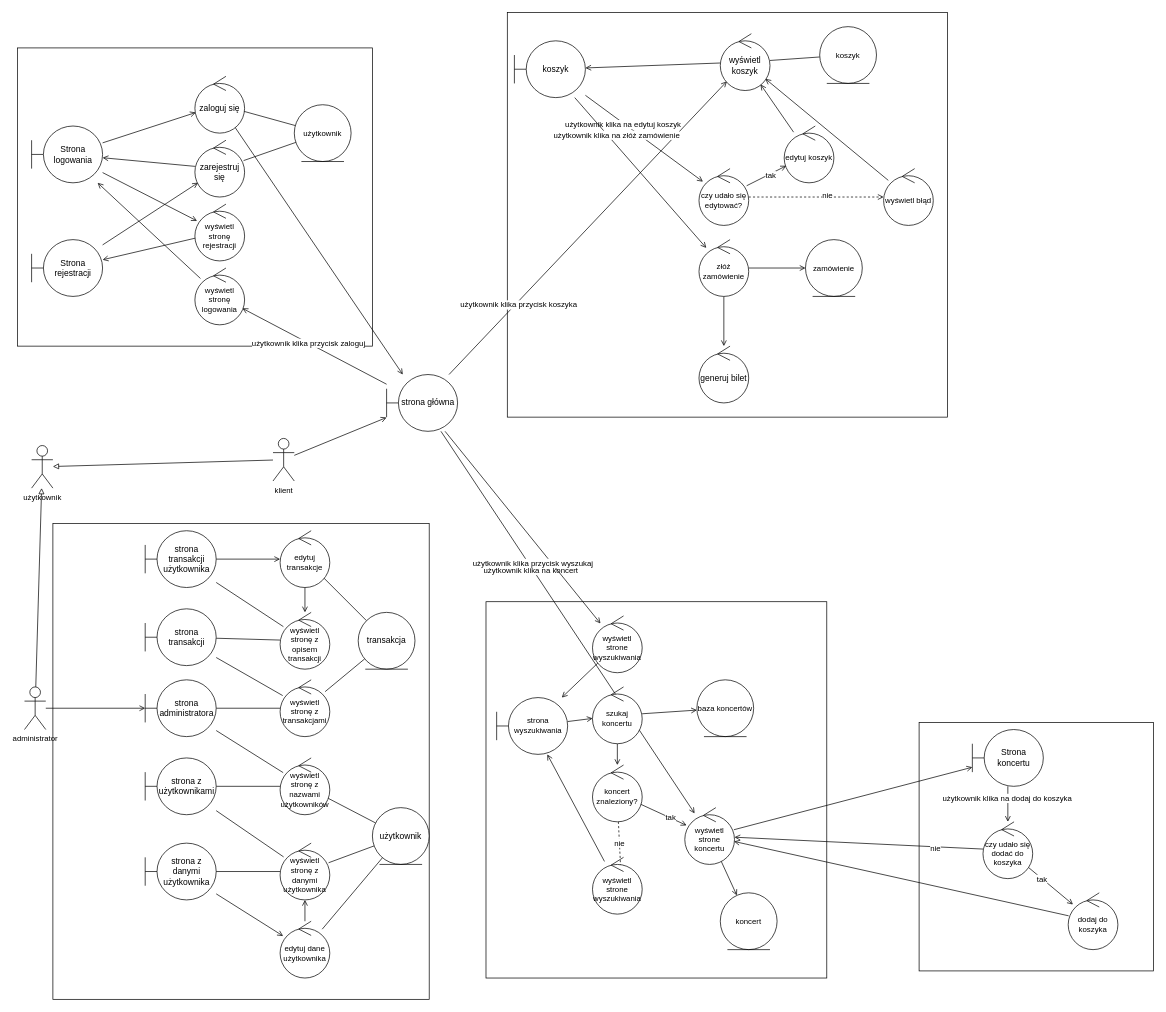
This is diagram_analityczny.drawio from imgres2002/projekt_PSI, a draw.io file, before an edit. Source tidied: cells renumbered, new cells numbered last; positions are measured from the earlier drawing's top-left corner, leaving out a move shared by most shapes. Both pictures are drawn from the tidied source at 71%, with x=0, y=0 at pixel (17, 12).
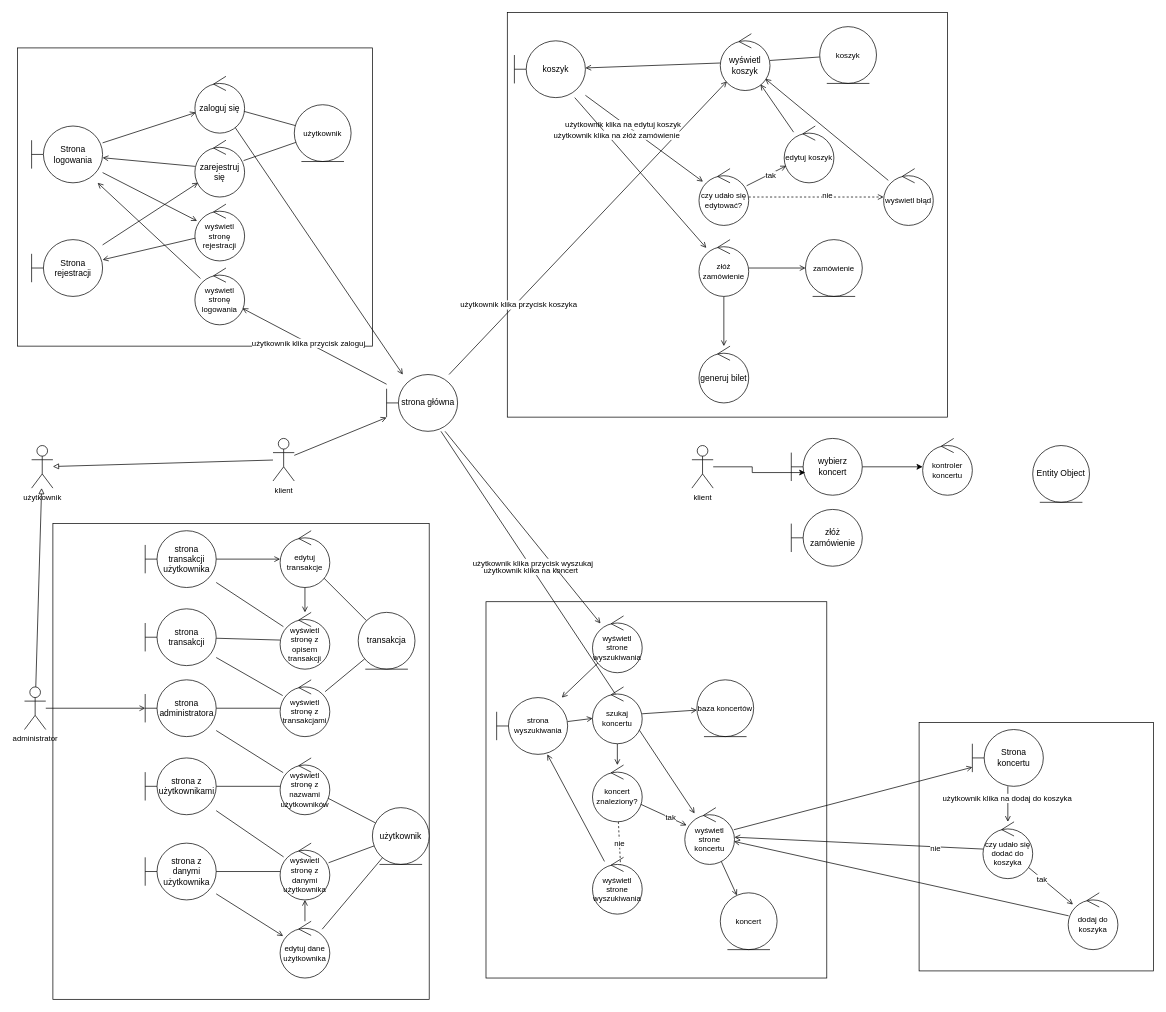
The same page after the edit.

The edit, as a diff of the source:
```diff
@@
+    <mxCell id="121" style="edgeStyle=orthogonalEdgeStyle;rounded=0;jettySize=auto;html=1;" parent="1" edge="1" source="122" target="125">
+      <mxGeometry relative="1" as="geometry" />
+    </mxCell>
+    <mxCell id="122" value="wybierz koncert" style="shape=umlBoundary;whiteSpace=wrap;html=1;" parent="1" vertex="1">
+      <mxGeometry x="1090" y="600" width="100" height="80" as="geometry" />
+    </mxCell>
+    <mxCell id="123" style="edgeStyle=orthogonalEdgeStyle;rounded=0;jettySize=auto;html=1;entryX=0.197;entryY=0.601;entryDx=0;entryDy=0;entryPerimeter=0;" parent="1" edge="1" source="124" target="122">
+      <mxGeometry relative="1" as="geometry" />
+    </mxCell>
+    <mxCell id="124" value="klient" style="shape=umlActor;verticalLabelPosition=bottom;verticalAlign=top;html=1;fontFamily=Helvetica;fontSize=11;fontColor=default;" parent="1" vertex="1">
+      <mxGeometry x="950" y="610" width="30" height="60" as="geometry" />
+    </mxCell>
+    <mxCell id="125" value="kontroler koncertu" style="ellipse;shape=umlControl;whiteSpace=wrap;html=1;fontFamily=Helvetica;fontSize=11;fontColor=default;" parent="1" vertex="1">
+      <mxGeometry x="1275" y="600" width="70" height="80" as="geometry" />
+    </mxCell>
+    <mxCell id="126" value="Entity Object" style="ellipse;shape=umlEntity;whiteSpace=wrap;html=1;" parent="1" vertex="1">
+      <mxGeometry x="1430" y="610" width="80" height="80" as="geometry" />
+    </mxCell>
+    <mxCell id="127" value="złóż zamówienie" style="shape=umlBoundary;whiteSpace=wrap;html=1;" parent="1" vertex="1">
+      <mxGeometry x="1090" y="700" width="100" height="80" as="geometry" />
+    </mxCell>
```
